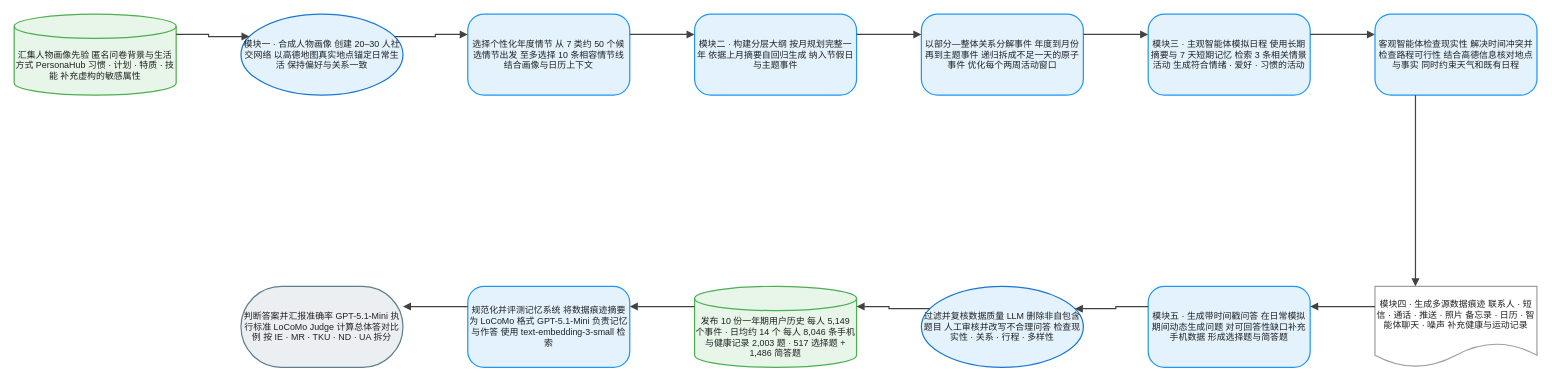
This is client/public/drawio/LifeBench/LifeBench.zh.drawio from joe1chief/benchmark-hub, a draw.io file, before an edit. Source tidied: cells renumbered, new cells numbered last; positions are measured from the earlier drawing's top-left corner, leaving out a move shared by most shapes. Both pictures are drawn from the tidied source at 81%, with x=0, y=0 at pixel (14, 14).
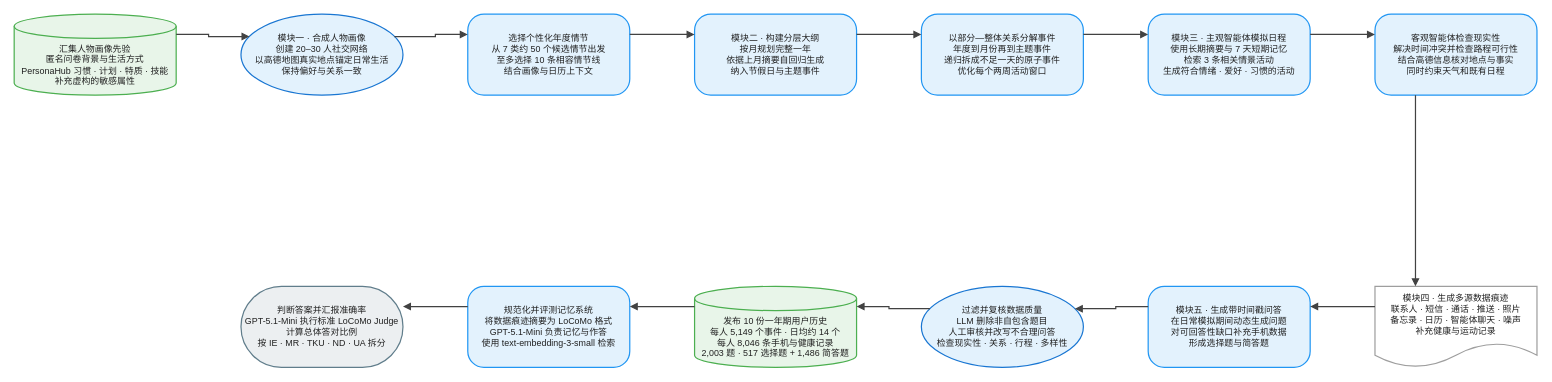
Above is the later version.

The edit, as a diff of the source:
```diff
@@
-    <mxCell id="2" value="汇集人物画像先验 匿名问卷背景与生活方式 PersonaHub 习惯 · 计划 · 特质 · 技能 补充虚构的敏感属性" style="shape=cylinder3;boundedLbl=1;backgroundOutline=1;size=15;html=1;whiteSpace=wrap;fillColor=#E8F5E9;strokeColor=#4CAF50;strokeWidth=1.5;fontColor=#212121;fontSize=11;fontFamily=Arial, Helvetica, sans-serif;verticalAlign=middle;align=center;" parent="1" vertex="1">
+    <mxCell id="2" value="汇集人物画像先验&#10;匿名问卷背景与生活方式&#10;PersonaHub 习惯 · 计划 · 特质 · 技能&#10;补充虚构的敏感属性" style="shape=cylinder3;boundedLbl=1;backgroundOutline=1;size=15;html=0;convertToSvg=1;whiteSpace=wrap;fillColor=#E8F5E9;strokeColor=#4CAF50;strokeWidth=1.5;fontColor=#212121;fontSize=11;fontFamily=Arial, Helvetica, sans-serif;verticalAlign=middle;align=center;" parent="1" vertex="1">
       <mxGeometry width="200" height="100" as="geometry" />
     </mxCell>
-    <mxCell id="3" value="模块一 · 合成人物画像 创建 20–30 人社交网络 以高德地图真实地点锚定日常生活 保持偏好与关系一致" style="ellipse;html=1;whiteSpace=wrap;fillColor=#E3F2FD;strokeColor=#1976D2;strokeWidth=1.5;fontColor=#212121;fontSize=11;fontFamily=Arial, Helvetica, sans-serif;verticalAlign=middle;align=center;" parent="1" vertex="1">
+    <mxCell id="3" value="模块一 · 合成人物画像&#10;创建 20–30 人社交网络&#10;以高德地图真实地点锚定日常生活&#10;保持偏好与关系一致" style="ellipse;html=0;convertToSvg=1;whiteSpace=wrap;fillColor=#E3F2FD;strokeColor=#1976D2;strokeWidth=1.5;fontColor=#212121;fontSize=11;fontFamily=Arial, Helvetica, sans-serif;verticalAlign=middle;align=center;" parent="1" vertex="1">
       <mxGeometry x="280" width="200" height="100" as="geometry" />
     </mxCell>
-    <mxCell id="4" value="选择个性化年度情节 从 7 类约 50 个候选情节出发 至多选择 10 条相容情节线 结合画像与日历上下文" style="rounded=1;arcSize=20;html=1;whiteSpace=wrap;fillColor=#E3F2FD;strokeColor=#2196F3;strokeWidth=1.5;fontColor=#212121;fontSize=11;fontFamily=Arial, Helvetica, sans-serif;verticalAlign=middle;align=center;" parent="1" vertex="1">
+    <mxCell id="4" value="选择个性化年度情节&#10;从 7 类约 50 个候选情节出发&#10;至多选择 10 条相容情节线&#10;结合画像与日历上下文" style="rounded=1;arcSize=20;html=0;convertToSvg=1;whiteSpace=wrap;fillColor=#E3F2FD;strokeColor=#2196F3;strokeWidth=1.5;fontColor=#212121;fontSize=11;fontFamily=Arial, Helvetica, sans-serif;verticalAlign=middle;align=center;" parent="1" vertex="1">
       <mxGeometry x="560" width="200" height="100" as="geometry" />
     </mxCell>
-    <mxCell id="5" value="模块二 · 构建分层大纲 按月规划完整一年 依据上月摘要自回归生成 纳入节假日与主题事件" style="rounded=1;arcSize=20;html=1;whiteSpace=wrap;fillColor=#E3F2FD;strokeColor=#2196F3;strokeWidth=1.5;fontColor=#212121;fontSize=11;fontFamily=Arial, Helvetica, sans-serif;verticalAlign=middle;align=center;" parent="1" vertex="1">
+    <mxCell id="5" value="模块二 · 构建分层大纲&#10;按月规划完整一年&#10;依据上月摘要自回归生成&#10;纳入节假日与主题事件" style="rounded=1;arcSize=20;html=0;convertToSvg=1;whiteSpace=wrap;fillColor=#E3F2FD;strokeColor=#2196F3;strokeWidth=1.5;fontColor=#212121;fontSize=11;fontFamily=Arial, Helvetica, sans-serif;verticalAlign=middle;align=center;" parent="1" vertex="1">
       <mxGeometry x="840" width="200" height="100" as="geometry" />
     </mxCell>
-    <mxCell id="6" value="以部分—整体关系分解事件 年度到月份再到主题事件 递归拆成不足一天的原子事件 优化每个两周活动窗口" style="rounded=1;arcSize=20;html=1;whiteSpace=wrap;fillColor=#E3F2FD;strokeColor=#2196F3;strokeWidth=1.5;fontColor=#212121;fontSize=11;fontFamily=Arial, Helvetica, sans-serif;verticalAlign=middle;align=center;" parent="1" vertex="1">
+    <mxCell id="6" value="以部分—整体关系分解事件&#10;年度到月份再到主题事件&#10;递归拆成不足一天的原子事件&#10;优化每个两周活动窗口" style="rounded=1;arcSize=20;html=0;convertToSvg=1;whiteSpace=wrap;fillColor=#E3F2FD;strokeColor=#2196F3;strokeWidth=1.5;fontColor=#212121;fontSize=11;fontFamily=Arial, Helvetica, sans-serif;verticalAlign=middle;align=center;" parent="1" vertex="1">
       <mxGeometry x="1120" width="200" height="100" as="geometry" />
     </mxCell>
-    <mxCell id="7" value="模块三 · 主观智能体模拟日程 使用长期摘要与 7 天短期记忆 检索 3 条相关情景活动 生成符合情绪 · 爱好 · 习惯的活动" style="rounded=1;arcSize=20;html=1;whiteSpace=wrap;fillColor=#E3F2FD;strokeColor=#2196F3;strokeWidth=1.5;fontColor=#212121;fontSize=11;fontFamily=Arial, Helvetica, sans-serif;verticalAlign=middle;align=center;" parent="1" vertex="1">
+    <mxCell id="7" value="模块三 · 主观智能体模拟日程&#10;使用长期摘要与 7 天短期记忆&#10;检索 3 条相关情景活动&#10;生成符合情绪 · 爱好 · 习惯的活动" style="rounded=1;arcSize=20;html=0;convertToSvg=1;whiteSpace=wrap;fillColor=#E3F2FD;strokeColor=#2196F3;strokeWidth=1.5;fontColor=#212121;fontSize=11;fontFamily=Arial, Helvetica, sans-serif;verticalAlign=middle;align=center;" parent="1" vertex="1">
       <mxGeometry x="1400" width="200" height="100" as="geometry" />
     </mxCell>
-    <mxCell id="8" value="客观智能体检查现实性 解决时间冲突并检查路程可行性 结合高德信息核对地点与事实 同时约束天气和既有日程" style="rounded=1;arcSize=20;html=1;whiteSpace=wrap;fillColor=#E3F2FD;strokeColor=#2196F3;strokeWidth=1.5;fontColor=#212121;fontSize=11;fontFamily=Arial, Helvetica, sans-serif;verticalAlign=middle;align=center;" parent="1" vertex="1">
+    <mxCell id="8" value="客观智能体检查现实性&#10;解决时间冲突并检查路程可行性&#10;结合高德信息核对地点与事实&#10;同时约束天气和既有日程" style="rounded=1;arcSize=20;html=0;convertToSvg=1;whiteSpace=wrap;fillColor=#E3F2FD;strokeColor=#2196F3;strokeWidth=1.5;fontColor=#212121;fontSize=11;fontFamily=Arial, Helvetica, sans-serif;verticalAlign=middle;align=center;" parent="1" vertex="1">
       <mxGeometry x="1680" width="200" height="100" as="geometry" />
     </mxCell>
-    <mxCell id="9" value="模块四 · 生成多源数据痕迹 联系人 · 短信 · 通话 · 推送 · 照片 备忘录 · 日历 · 智能体聊天 · 噪声 补充健康与运动记录" style="shape=document;boundedLbl=1;html=1;whiteSpace=wrap;fillColor=#FFFFFF;strokeColor=#9E9E9E;strokeWidth=1.5;fontColor=#212121;fontSize=11;fontFamily=Arial, Helvetica, sans-serif;verticalAlign=middle;align=center;" parent="1" vertex="1">
+    <mxCell id="9" value="模块四 · 生成多源数据痕迹&#10;联系人 · 短信 · 通话 · 推送 · 照片&#10;备忘录 · 日历 · 智能体聊天 · 噪声&#10;补充健康与运动记录" style="shape=document;boundedLbl=1;html=0;convertToSvg=1;whiteSpace=wrap;fillColor=#FFFFFF;strokeColor=#9E9E9E;strokeWidth=1.5;fontColor=#212121;fontSize=11;fontFamily=Arial, Helvetica, sans-serif;verticalAlign=middle;align=center;" parent="1" vertex="1">
       <mxGeometry x="1680" y="336" width="200" height="100" as="geometry" />
     </mxCell>
-    <mxCell id="10" value="模块五 · 生成带时间戳问答 在日常模拟期间动态生成问题 对可回答性缺口补充手机数据 形成选择题与简答题" style="rounded=1;arcSize=20;html=1;whiteSpace=wrap;fillColor=#E3F2FD;strokeColor=#2196F3;strokeWidth=1.5;fontColor=#212121;fontSize=11;fontFamily=Arial, Helvetica, sans-serif;verticalAlign=middle;align=center;" parent="1" vertex="1">
+    <mxCell id="10" value="模块五 · 生成带时间戳问答&#10;在日常模拟期间动态生成问题&#10;对可回答性缺口补充手机数据&#10;形成选择题与简答题" style="rounded=1;arcSize=20;html=0;convertToSvg=1;whiteSpace=wrap;fillColor=#E3F2FD;strokeColor=#2196F3;strokeWidth=1.5;fontColor=#212121;fontSize=11;fontFamily=Arial, Helvetica, sans-serif;verticalAlign=middle;align=center;" parent="1" vertex="1">
       <mxGeometry x="1400" y="336" width="200" height="100" as="geometry" />
     </mxCell>
-    <mxCell id="11" value="过滤并复核数据质量 LLM 删除非自包含题目 人工审核并改写不合理问答 检查现实性 · 关系 · 行程 · 多样性" style="ellipse;html=1;whiteSpace=wrap;fillColor=#E3F2FD;strokeColor=#1976D2;strokeWidth=1.5;fontColor=#212121;fontSize=11;fontFamily=Arial, Helvetica, sans-serif;verticalAlign=middle;align=center;" parent="1" vertex="1">
+    <mxCell id="11" value="过滤并复核数据质量&#10;LLM 删除非自包含题目&#10;人工审核并改写不合理问答&#10;检查现实性 · 关系 · 行程 · 多样性" style="ellipse;html=0;convertToSvg=1;whiteSpace=wrap;fillColor=#E3F2FD;strokeColor=#1976D2;strokeWidth=1.5;fontColor=#212121;fontSize=11;fontFamily=Arial, Helvetica, sans-serif;verticalAlign=middle;align=center;" parent="1" vertex="1">
       <mxGeometry x="1120" y="336" width="200" height="100" as="geometry" />
     </mxCell>
-    <mxCell id="12" value="发布 10 份一年期用户历史 每人 5,149 个事件 · 日均约 14 个 每人 8,046 条手机与健康记录 2,003 题 · 517 选择题 + 1,486 简答题" style="shape=cylinder3;boundedLbl=1;backgroundOutline=1;size=15;html=1;whiteSpace=wrap;fillColor=#E8F5E9;strokeColor=#4CAF50;strokeWidth=1.5;fontColor=#212121;fontSize=11;fontFamily=Arial, Helvetica, sans-serif;verticalAlign=middle;align=center;" parent="1" vertex="1">
+    <mxCell id="12" value="发布 10 份一年期用户历史&#10;每人 5,149 个事件 · 日均约 14 个&#10;每人 8,046 条手机与健康记录&#10;2,003 题 · 517 选择题 + 1,486 简答题" style="shape=cylinder3;boundedLbl=1;backgroundOutline=1;size=15;html=0;convertToSvg=1;whiteSpace=wrap;fillColor=#E8F5E9;strokeColor=#4CAF50;strokeWidth=1.5;fontColor=#212121;fontSize=11;fontFamily=Arial, Helvetica, sans-serif;verticalAlign=middle;align=center;" parent="1" vertex="1">
       <mxGeometry x="840" y="336" width="200" height="100" as="geometry" />
     </mxCell>
-    <mxCell id="13" value="规范化并评测记忆系统 将数据痕迹摘要为 LoCoMo 格式 GPT-5.1-Mini 负责记忆与作答 使用 text-embedding-3-small 检索" style="rounded=1;arcSize=20;html=1;whiteSpace=wrap;fillColor=#E3F2FD;strokeColor=#2196F3;strokeWidth=1.5;fontColor=#212121;fontSize=11;fontFamily=Arial, Helvetica, sans-serif;verticalAlign=middle;align=center;" parent="1" vertex="1">
+    <mxCell id="13" value="规范化并评测记忆系统&#10;将数据痕迹摘要为 LoCoMo 格式&#10;GPT-5.1-Mini 负责记忆与作答&#10;使用 text-embedding-3-small 检索" style="rounded=1;arcSize=20;html=0;convertToSvg=1;whiteSpace=wrap;fillColor=#E3F2FD;strokeColor=#2196F3;strokeWidth=1.5;fontColor=#212121;fontSize=11;fontFamily=Arial, Helvetica, sans-serif;verticalAlign=middle;align=center;" parent="1" vertex="1">
       <mxGeometry x="560" y="336" width="200" height="100" as="geometry" />
     </mxCell>
-    <mxCell id="14" value="判断答案并汇报准确率 GPT-5.1-Mini 执行标准 LoCoMo Judge 计算总体答对比例 按 IE · MR · TKU · ND · UA 拆分" style="rounded=1;arcSize=50;html=1;whiteSpace=wrap;fillColor=#ECEFF1;strokeColor=#607D8B;strokeWidth=1.5;fontColor=#212121;fontSize=11;fontFamily=Arial, Helvetica, sans-serif;verticalAlign=middle;align=center;" parent="1" vertex="1">
+    <mxCell id="14" value="判断答案并汇报准确率&#10;GPT-5.1-Mini 执行标准 LoCoMo Judge&#10;计算总体答对比例&#10;按 IE · MR · TKU · ND · UA 拆分" style="rounded=1;arcSize=50;html=0;convertToSvg=1;whiteSpace=wrap;fillColor=#ECEFF1;strokeColor=#607D8B;strokeWidth=1.5;fontColor=#212121;fontSize=11;fontFamily=Arial, Helvetica, sans-serif;verticalAlign=middle;align=center;" parent="1" vertex="1">
       <mxGeometry x="280" y="336" width="200" height="100" as="geometry" />
     </mxCell>
-    <mxCell id="15" style="edgeStyle=orthogonalEdgeStyle;rounded=0;jettySize=auto;html=1;strokeColor=#424242;strokeWidth=1.5;endArrow=block;endFill=1;exitX=1;exitY=0.25;exitDx=0;exitDy=0;entryX=0;entryY=0.25;entryDx=0;entryDy=0;jumpStyle=arc;jumpSize=8;" parent="1" edge="1" source="2" target="3">
+    <mxCell id="15" style="edgeStyle=orthogonalEdgeStyle;rounded=0;jettySize=auto;html=0;convertToSvg=1;strokeColor=#424242;strokeWidth=1.5;endArrow=block;endFill=1;exitX=1;exitY=0.25;exitDx=0;exitDy=0;entryX=0;entryY=0.25;entryDx=0;entryDy=0;jumpStyle=arc;jumpSize=8;" parent="1" edge="1" source="2" target="3">
       <mxGeometry relative="1" as="geometry" />
     </mxCell>
-    <mxCell id="16" style="edgeStyle=orthogonalEdgeStyle;rounded=0;jettySize=auto;html=1;strokeColor=#424242;strokeWidth=1.5;endArrow=block;endFill=1;exitX=1;exitY=0.25;exitDx=0;exitDy=0;entryX=0;entryY=0.25;entryDx=0;entryDy=0;jumpStyle=arc;jumpSize=8;" parent="1" edge="1" source="3" target="4">
+    <mxCell id="16" style="edgeStyle=orthogonalEdgeStyle;rounded=0;jettySize=auto;html=0;convertToSvg=1;strokeColor=#424242;strokeWidth=1.5;endArrow=block;endFill=1;exitX=1;exitY=0.25;exitDx=0;exitDy=0;entryX=0;entryY=0.25;entryDx=0;entryDy=0;jumpStyle=arc;jumpSize=8;" parent="1" edge="1" source="3" target="4">
       <mxGeometry relative="1" as="geometry" />
     </mxCell>
-    <mxCell id="17" style="edgeStyle=orthogonalEdgeStyle;rounded=0;jettySize=auto;html=1;strokeColor=#424242;strokeWidth=1.5;endArrow=block;endFill=1;exitX=1;exitY=0.25;exitDx=0;exitDy=0;entryX=0;entryY=0.25;entryDx=0;entryDy=0;jumpStyle=arc;jumpSize=8;" parent="1" edge="1" source="4" target="5">
+    <mxCell id="17" style="edgeStyle=orthogonalEdgeStyle;rounded=0;jettySize=auto;html=0;convertToSvg=1;strokeColor=#424242;strokeWidth=1.5;endArrow=block;endFill=1;exitX=1;exitY=0.25;exitDx=0;exitDy=0;entryX=0;entryY=0.25;entryDx=0;entryDy=0;jumpStyle=arc;jumpSize=8;" parent="1" edge="1" source="4" target="5">
       <mxGeometry relative="1" as="geometry" />
     </mxCell>
-    <mxCell id="18" style="edgeStyle=orthogonalEdgeStyle;rounded=0;jettySize=auto;html=1;strokeColor=#424242;strokeWidth=1.5;endArrow=block;endFill=1;exitX=1;exitY=0.25;exitDx=0;exitDy=0;entryX=0;entryY=0.25;entryDx=0;entryDy=0;jumpStyle=arc;jumpSize=8;" parent="1" edge="1" source="5" target="6">
+    <mxCell id="18" style="edgeStyle=orthogonalEdgeStyle;rounded=0;jettySize=auto;html=0;convertToSvg=1;strokeColor=#424242;strokeWidth=1.5;endArrow=block;endFill=1;exitX=1;exitY=0.25;exitDx=0;exitDy=0;entryX=0;entryY=0.25;entryDx=0;entryDy=0;jumpStyle=arc;jumpSize=8;" parent="1" edge="1" source="5" target="6">
       <mxGeometry relative="1" as="geometry" />
     </mxCell>
-    <mxCell id="19" style="edgeStyle=orthogonalEdgeStyle;rounded=0;jettySize=auto;html=1;strokeColor=#424242;strokeWidth=1.5;endArrow=block;endFill=1;exitX=1;exitY=0.25;exitDx=0;exitDy=0;entryX=0;entryY=0.25;entryDx=0;entryDy=0;jumpStyle=arc;jumpSize=8;" parent="1" edge="1" source="6" target="7">
+    <mxCell id="19" style="edgeStyle=orthogonalEdgeStyle;rounded=0;jettySize=auto;html=0;convertToSvg=1;strokeColor=#424242;strokeWidth=1.5;endArrow=block;endFill=1;exitX=1;exitY=0.25;exitDx=0;exitDy=0;entryX=0;entryY=0.25;entryDx=0;entryDy=0;jumpStyle=arc;jumpSize=8;" parent="1" edge="1" source="6" target="7">
       <mxGeometry relative="1" as="geometry" />
     </mxCell>
-    <mxCell id="20" style="edgeStyle=orthogonalEdgeStyle;rounded=0;jettySize=auto;html=1;strokeColor=#424242;strokeWidth=1.5;endArrow=block;endFill=1;exitX=1;exitY=0.25;exitDx=0;exitDy=0;entryX=0;entryY=0.25;entryDx=0;entryDy=0;jumpStyle=arc;jumpSize=8;" parent="1" edge="1" source="7" target="8">
+    <mxCell id="20" style="edgeStyle=orthogonalEdgeStyle;rounded=0;jettySize=auto;html=0;convertToSvg=1;strokeColor=#424242;strokeWidth=1.5;endArrow=block;endFill=1;exitX=1;exitY=0.25;exitDx=0;exitDy=0;entryX=0;entryY=0.25;entryDx=0;entryDy=0;jumpStyle=arc;jumpSize=8;" parent="1" edge="1" source="7" target="8">
       <mxGeometry relative="1" as="geometry" />
     </mxCell>
-    <mxCell id="21" style="edgeStyle=orthogonalEdgeStyle;rounded=0;jettySize=auto;html=1;strokeColor=#424242;strokeWidth=1.5;endArrow=block;endFill=1;exitX=0.25;exitY=1;exitDx=0;exitDy=0;entryX=0.25;entryY=0;entryDx=0;entryDy=0;jumpStyle=arc;jumpSize=8;" parent="1" edge="1" source="8" target="9">
+    <mxCell id="21" style="edgeStyle=orthogonalEdgeStyle;rounded=0;jettySize=auto;html=0;convertToSvg=1;strokeColor=#424242;strokeWidth=1.5;endArrow=block;endFill=1;exitX=0.25;exitY=1;exitDx=0;exitDy=0;entryX=0.25;entryY=0;entryDx=0;entryDy=0;jumpStyle=arc;jumpSize=8;" parent="1" edge="1" source="8" target="9">
       <mxGeometry relative="1" as="geometry" />
     </mxCell>
-    <mxCell id="22" style="edgeStyle=orthogonalEdgeStyle;rounded=0;jettySize=auto;html=1;strokeColor=#424242;strokeWidth=1.5;endArrow=block;endFill=1;exitX=0;exitY=0.25;exitDx=0;exitDy=0;entryX=1;entryY=0.25;entryDx=0;entryDy=0;jumpStyle=arc;jumpSize=8;" parent="1" edge="1" source="9" target="10">
+    <mxCell id="22" style="edgeStyle=orthogonalEdgeStyle;rounded=0;jettySize=auto;html=0;convertToSvg=1;strokeColor=#424242;strokeWidth=1.5;endArrow=block;endFill=1;exitX=0;exitY=0.25;exitDx=0;exitDy=0;entryX=1;entryY=0.25;entryDx=0;entryDy=0;jumpStyle=arc;jumpSize=8;" parent="1" edge="1" source="9" target="10">
       <mxGeometry relative="1" as="geometry" />
     </mxCell>
-    <mxCell id="23" style="edgeStyle=orthogonalEdgeStyle;rounded=0;jettySize=auto;html=1;strokeColor=#424242;strokeWidth=1.5;endArrow=block;endFill=1;exitX=0;exitY=0.25;exitDx=0;exitDy=0;entryX=1;entryY=0.25;entryDx=0;entryDy=0;jumpStyle=arc;jumpSize=8;" parent="1" edge="1" source="10" target="11">
+    <mxCell id="23" style="edgeStyle=orthogonalEdgeStyle;rounded=0;jettySize=auto;html=0;convertToSvg=1;strokeColor=#424242;strokeWidth=1.5;endArrow=block;endFill=1;exitX=0;exitY=0.25;exitDx=0;exitDy=0;entryX=1;entryY=0.25;entryDx=0;entryDy=0;jumpStyle=arc;jumpSize=8;" parent="1" edge="1" source="10" target="11">
       <mxGeometry relative="1" as="geometry" />
     </mxCell>
-    <mxCell id="24" style="edgeStyle=orthogonalEdgeStyle;rounded=0;jettySize=auto;html=1;strokeColor=#424242;strokeWidth=1.5;endArrow=block;endFill=1;exitX=0;exitY=0.25;exitDx=0;exitDy=0;entryX=1;entryY=0.25;entryDx=0;entryDy=0;jumpStyle=arc;jumpSize=8;" parent="1" edge="1" source="11" target="12">
+    <mxCell id="24" style="edgeStyle=orthogonalEdgeStyle;rounded=0;jettySize=auto;html=0;convertToSvg=1;strokeColor=#424242;strokeWidth=1.5;endArrow=block;endFill=1;exitX=0;exitY=0.25;exitDx=0;exitDy=0;entryX=1;entryY=0.25;entryDx=0;entryDy=0;jumpStyle=arc;jumpSize=8;" parent="1" edge="1" source="11" target="12">
       <mxGeometry relative="1" as="geometry" />
     </mxCell>
-    <mxCell id="25" style="edgeStyle=orthogonalEdgeStyle;rounded=0;jettySize=auto;html=1;strokeColor=#424242;strokeWidth=1.5;endArrow=block;endFill=1;exitX=0;exitY=0.25;exitDx=0;exitDy=0;entryX=1;entryY=0.25;entryDx=0;entryDy=0;jumpStyle=arc;jumpSize=8;" parent="1" edge="1" source="12" target="13">
+    <mxCell id="25" style="edgeStyle=orthogonalEdgeStyle;rounded=0;jettySize=auto;html=0;convertToSvg=1;strokeColor=#424242;strokeWidth=1.5;endArrow=block;endFill=1;exitX=0;exitY=0.25;exitDx=0;exitDy=0;entryX=1;entryY=0.25;entryDx=0;entryDy=0;jumpStyle=arc;jumpSize=8;" parent="1" edge="1" source="12" target="13">
       <mxGeometry relative="1" as="geometry" />
     </mxCell>
-    <mxCell id="26" style="edgeStyle=orthogonalEdgeStyle;rounded=0;jettySize=auto;html=1;strokeColor=#424242;strokeWidth=1.5;endArrow=block;endFill=1;exitX=0;exitY=0.25;exitDx=0;exitDy=0;entryX=1;entryY=0.25;entryDx=0;entryDy=0;jumpStyle=arc;jumpSize=8;" parent="1" edge="1" source="13" target="14">
+    <mxCell id="26" style="edgeStyle=orthogonalEdgeStyle;rounded=0;jettySize=auto;html=0;convertToSvg=1;strokeColor=#424242;strokeWidth=1.5;endArrow=block;endFill=1;exitX=0;exitY=0.25;exitDx=0;exitDy=0;entryX=1;entryY=0.25;entryDx=0;entryDy=0;jumpStyle=arc;jumpSize=8;" parent="1" edge="1" source="13" target="14">
       <mxGeometry relative="1" as="geometry" />
     </mxCell>
```
